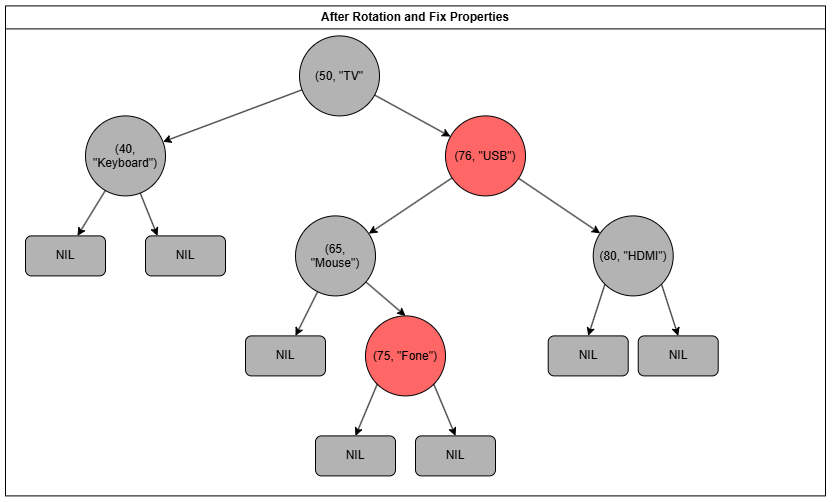
jefferson-stanley/treemap keeps this draw.io diagram as images/afterDeletionFixProperties.png. Above is the earlier version. Source tidied: cells renumbered, new cells last; positions are measured from the earlier drawing's top-left corner, leaving out a move shared by most shapes.
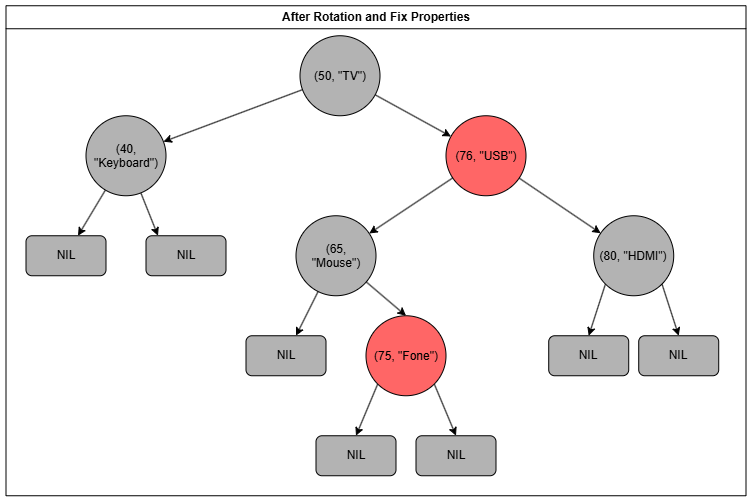
Above is the later version.

Change to the diagram source:
```diff
@@ -8,11 +8,11 @@
     <mxCell id="3" style="rounded=0;jettySize=auto;html=1;" parent="1" edge="1" source="4" target="20">
       <mxGeometry relative="1" as="geometry" />
     </mxCell>
-    <mxCell id="4" value="(50, &quot;TV&quot;" style="ellipse;whiteSpace=wrap;html=1;shapeInside=1;fillColor=light-dark(#B3B3B3,#666666);" parent="1" vertex="1">
+    <mxCell id="4" value="(50, &quot;TV&quot;)" style="ellipse;whiteSpace=wrap;html=1;shapeInside=1;fillColor=light-dark(#B3B3B3,#666666);" parent="1" vertex="1">
       <mxGeometry x="294" y="30" width="80" height="80" as="geometry" />
     </mxCell>
     <mxCell id="5" value="After Rotation and Fix Properties" style="swimlane;whiteSpace=wrap;html=1;" parent="1" vertex="1">
-      <mxGeometry width="820" height="490" as="geometry" />
+      <mxGeometry width="740" height="490" as="geometry" />
     </mxCell>
     <mxCell id="6" value="NIL" style="rounded=1;whiteSpace=wrap;html=1;fillColor=light-dark(#B3B3B3,#666666);" parent="5" vertex="1">
       <mxGeometry x="542.7" y="330" width="80" height="40" as="geometry" />
```
